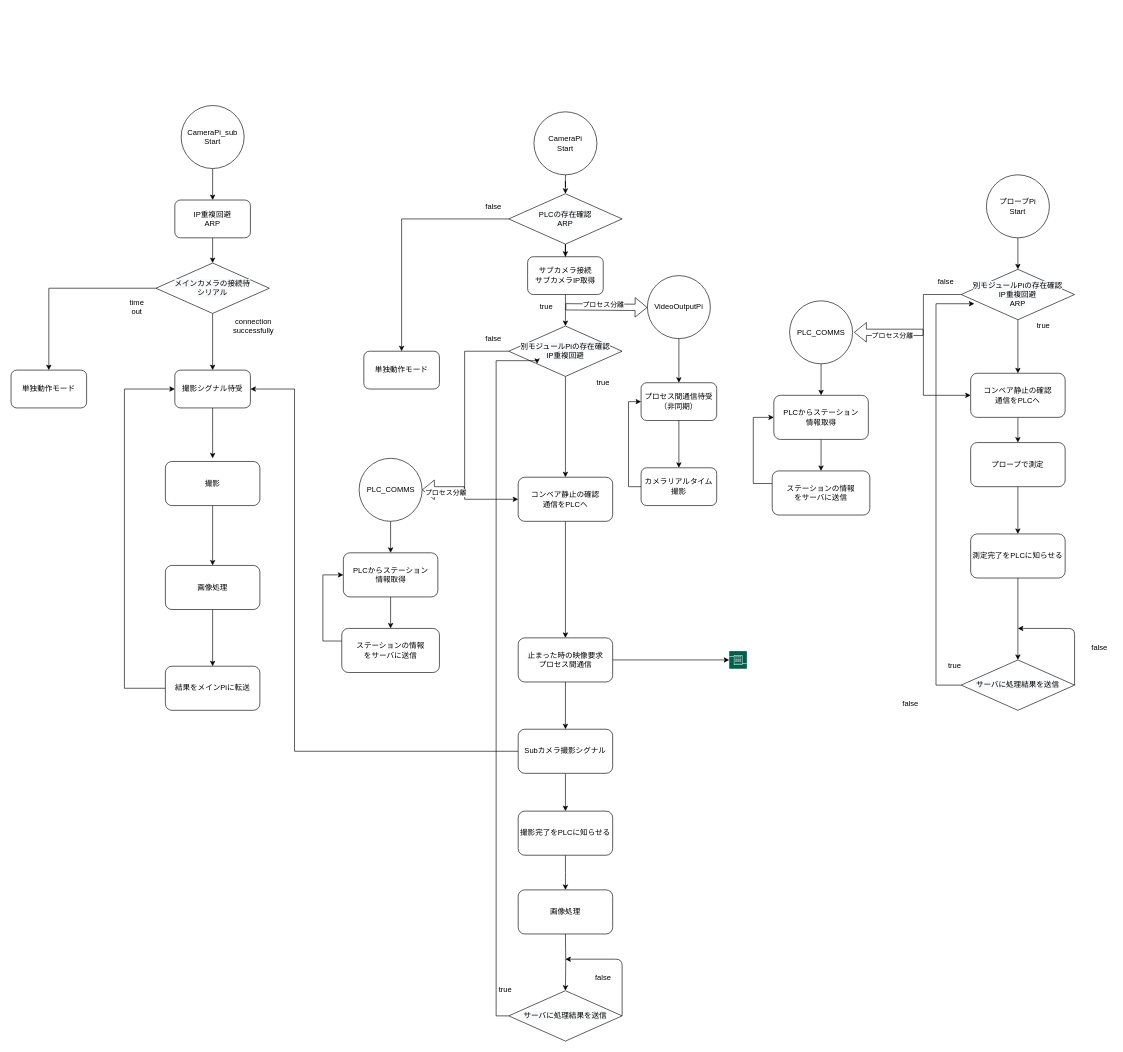
Earlier version of the draw.io diagram 設計/フローチャート.drawio (chekke1999/kaihatukadai). Source tidied: cells renumbered, new cells numbered last; positions are measured from the earlier drawing's top-left corner, leaving out a move shared by most shapes. Both pictures are drawn from the tidied source at 63%, with x=0, y=0 at pixel (11, 105).
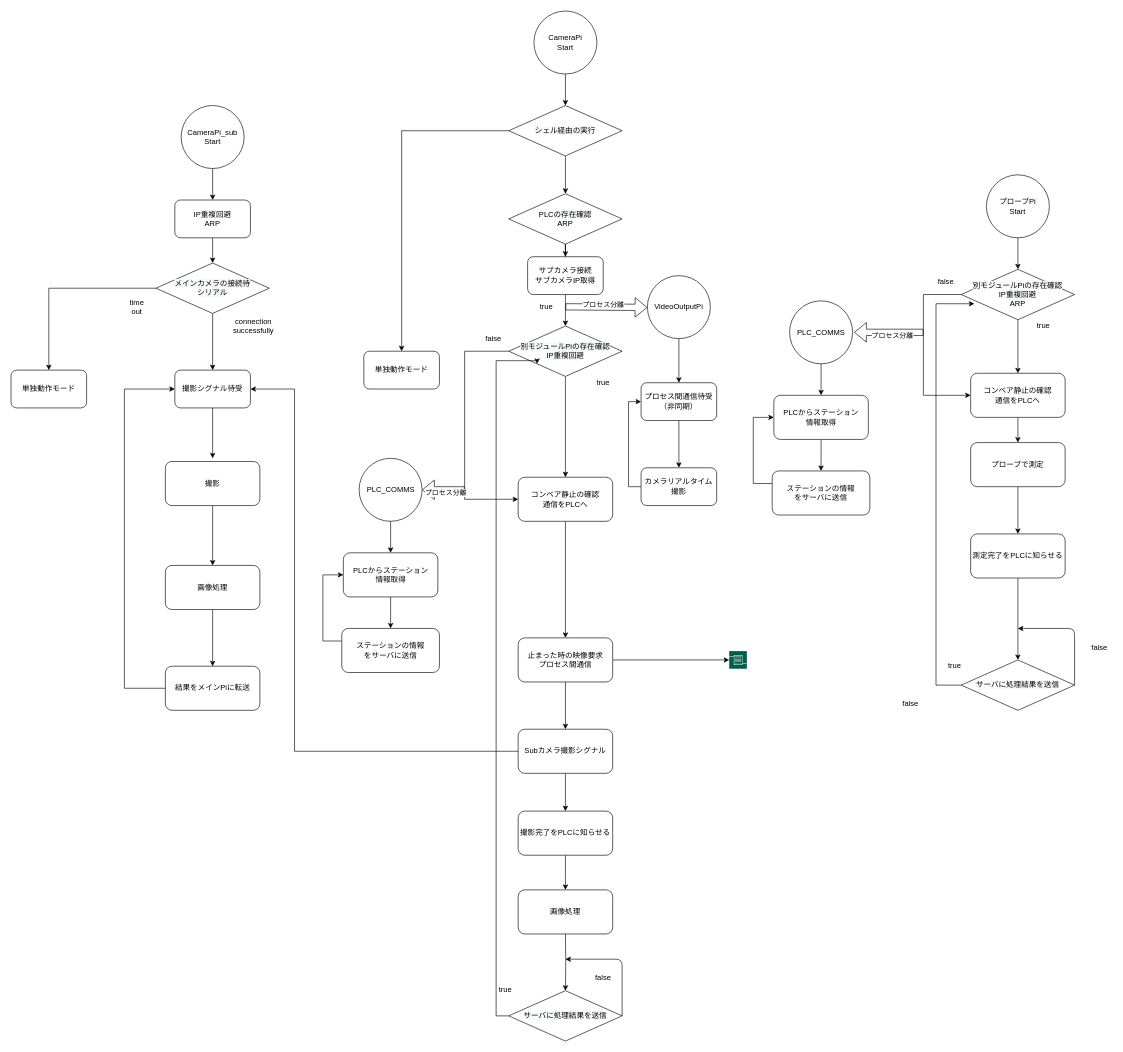
Above is the later version.

Commit message (it also covers changes not shown here):
フローチャート.drawio を更新します

Unchanged cells that the change refers to:
```xml
<mxCell id="68" value="&lt;span style=&quot;color: rgb(0 , 0 , 0) ; font-family: &amp;#34;helvetica&amp;#34; ; font-size: 12px ; font-style: normal ; font-weight: 400 ; letter-spacing: normal ; text-align: center ; text-indent: 0px ; text-transform: none ; word-spacing: 0px ; background-color: rgb(248 , 249 , 250) ; display: inline ; float: none&quot;&gt;PLCの存在確認&lt;br&gt;ARP&lt;br&gt;&lt;/span&gt;" style="rhombus;whiteSpace=wrap;html=1;" parent="1" vertex="1">
  <mxGeometry x="790" y="140" width="180" height="80" as="geometry" />
</mxCell>
<mxCell id="70" value="単独動作モード" style="rounded=1;whiteSpace=wrap;html=1;" parent="1" vertex="1">
  <mxGeometry x="560" y="390" width="120" height="60" as="geometry" />
</mxCell>
```

The edit, as a diff of the source:
```diff
@@
-    <mxCell id="2" style="edgeStyle=orthogonalEdgeStyle;rounded=0;jettySize=auto;html=1;" parent="1" edge="1" source="3" target="68">
-      <mxGeometry relative="1" as="geometry" />
-    </mxCell>
+    <mxCell id="96" style="edgeStyle=orthogonalEdgeStyle;rounded=0;jettySize=auto;html=1;" parent="1" edge="1" source="3" target="98">
+      <mxGeometry relative="1" as="geometry" />
+    </mxCell>
     <mxCell id="3" value="CameraPi&lt;br&gt;Start" style="ellipse;whiteSpace=wrap;html=1;" parent="1" vertex="1">
-      <mxGeometry x="830" y="10" width="100" height="100" as="geometry" />
+      <mxGeometry x="830" y="-150" width="100" height="100" as="geometry" />
     </mxCell>
@@
-    <mxCell id="66" style="edgeStyle=orthogonalEdgeStyle;rounded=0;jettySize=auto;html=1;" parent="1" edge="1" source="68" target="70">
+    <mxCell id="66" style="edgeStyle=orthogonalEdgeStyle;rounded=0;jettySize=auto;html=1;exitX=0;exitY=0.5;exitDx=0;exitDy=0;" parent="1" edge="1" source="98" target="70">
       <mxGeometry relative="1" as="geometry" />
     </mxCell>
@@
-    <mxCell id="69" value="false" style="text;html=1;strokeColor=none;fillColor=none;align=center;verticalAlign=middle;whiteSpace=wrap;rounded=0;" parent="1" vertex="1">
-      <mxGeometry x="745.5" y="150" width="40" height="20" as="geometry" />
-    </mxCell>
@@
+    <mxCell id="97" style="edgeStyle=orthogonalEdgeStyle;rounded=0;jettySize=auto;html=1;" parent="1" edge="1" source="98" target="68">
+      <mxGeometry relative="1" as="geometry" />
+    </mxCell>
+    <mxCell id="98" value="&lt;span style=&quot;color: rgb(0 , 0 , 0) ; font-family: &amp;#34;helvetica&amp;#34; ; font-size: 12px ; font-style: normal ; font-weight: 400 ; letter-spacing: normal ; text-align: center ; text-indent: 0px ; text-transform: none ; word-spacing: 0px ; background-color: rgb(248 , 249 , 250) ; display: inline ; float: none&quot;&gt;シェル経由の実行&lt;br&gt;&lt;/span&gt;" style="rhombus;whiteSpace=wrap;html=1;" parent="1" vertex="1">
+      <mxGeometry x="790" width="180" height="80" as="geometry" />
+    </mxCell>
```
